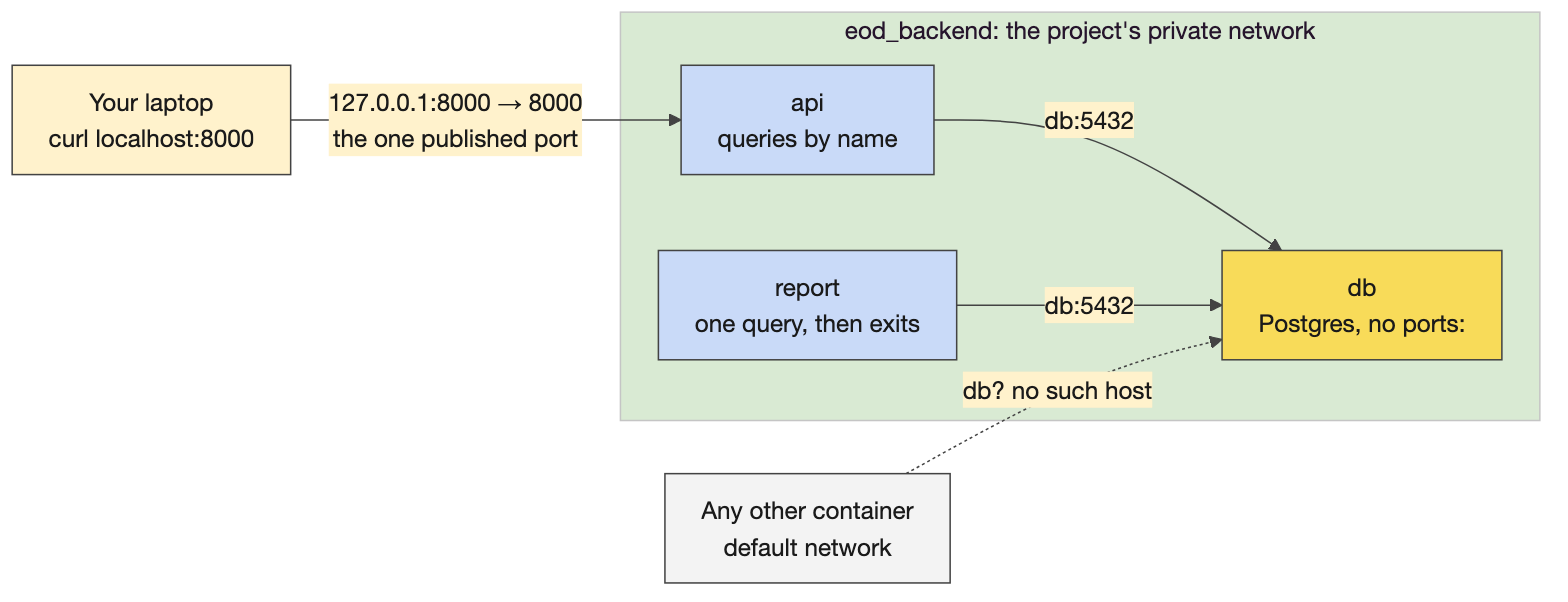
reachusama-decoded/cg-dxp keeps this Mermaid diagram as courseware/common/diagrams/png/d2-compose.png. Above is the earlier version. Its source is kept beside it as courseware/common/diagrams/src/d2-compose.mmd.
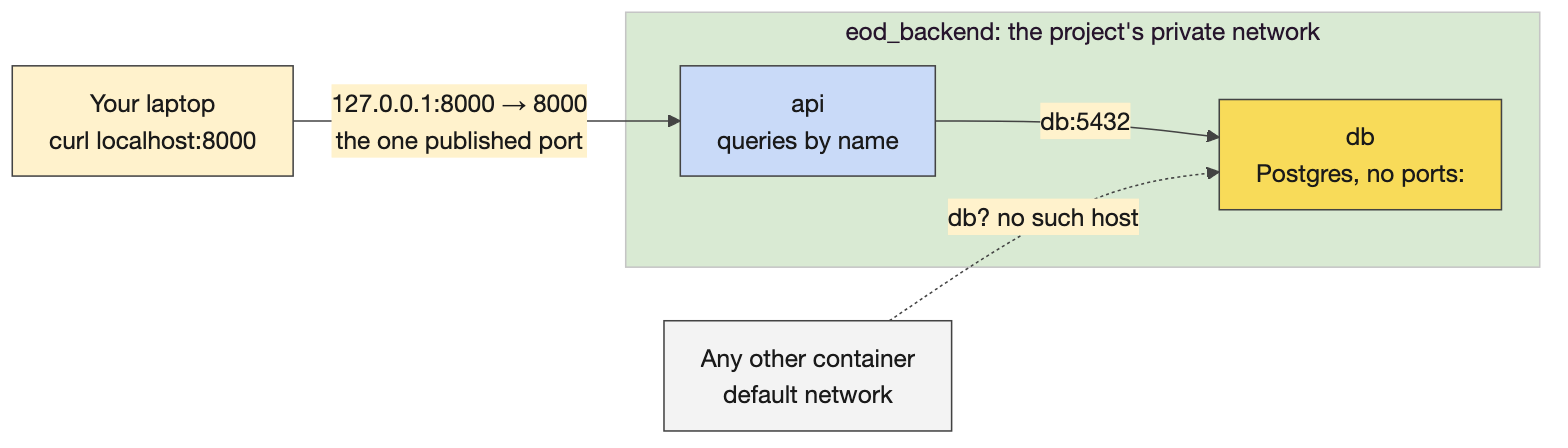
The same diagram one commit later.

The edit, as a diff of the source:
```diff
@@ -3,11 +3,10 @@
   subgraph N["eod_backend: the project's private network"]
     direction LR
     A["api<br/>queries by name"] -->|"db:5432"| Db["db<br/>Postgres, no ports:"]
-    Rp["report<br/>one query, then exits"] -->|"db:5432"| Db
   end
   X["Any other container<br/>default network"] -.->|"db? no such host"| Db
   class L yellow
-  class A,Rp blue
+  class A blue
   class Db focus
   class X grey
 classDef blue fill:#C9DAF8,stroke:#434343,color:#1a1a1a
```
